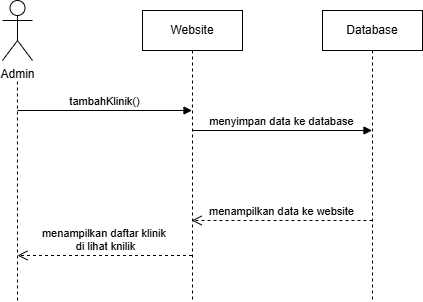
brianfarrelarkana/PetCareClinic keeps this draw.io diagram as Diagram/Sequence Diagram Admin Tambah Klinik.png. Above is the earlier version. Source tidied: cells renumbered, new cells last; positions are measured from the earlier drawing's top-left corner, leaving out a move shared by most shapes. Its diagram source:
```xml
<mxGraphModel>
  <root>
    <mxCell id="0" />
    <mxCell id="1" parent="0" />
    <mxCell id="2" value="Website" style="shape=umlLifeline;perimeter=lifelinePerimeter;whiteSpace=wrap;html=1;outlineConnect=0;portConstraint=eastwest;newEdgeStyle={&quot;curved&quot;:0,&quot;rounded&quot;:0};" parent="1" vertex="1">
      <mxGeometry x="140" y="10" width="100" height="290" as="geometry" />
    </mxCell>
    <mxCell id="3" value="Admin" style="shape=umlActor;verticalLabelPosition=bottom;verticalAlign=top;html=1;" parent="1" vertex="1">
      <mxGeometry width="30" height="60" as="geometry" />
    </mxCell>
    <mxCell id="4" style="endArrow=none;dashed=1;html=1;rounded=0;" parent="1" edge="1">
      <mxGeometry relative="1" as="geometry">
        <mxPoint x="15" y="300" as="sourcePoint" />
        <mxPoint x="14.9" y="80" as="targetPoint" />
      </mxGeometry>
    </mxCell>
    <mxCell id="5" value="Database" style="shape=umlLifeline;perimeter=lifelinePerimeter;whiteSpace=wrap;html=1;outlineConnect=0;portConstraint=eastwest;newEdgeStyle={&quot;curved&quot;:0,&quot;rounded&quot;:0};" parent="1" vertex="1">
      <mxGeometry x="320" y="10" width="100" height="290" as="geometry" />
    </mxCell>
    <mxCell id="6" value="tambahKlinik()" style="html=1;verticalAlign=bottom;endArrow=block;curved=0;rounded=0;" parent="1" edge="1" target="2">
      <mxGeometry relative="1" as="geometry">
        <mxPoint x="15" y="110" as="sourcePoint" />
      </mxGeometry>
    </mxCell>
    <mxCell id="7" value="menyimpan data ke database" style="html=1;verticalAlign=bottom;endArrow=block;curved=0;rounded=0;" parent="1" edge="1" target="5">
      <mxGeometry relative="1" as="geometry">
        <mxPoint x="190" y="130" as="sourcePoint" />
      </mxGeometry>
    </mxCell>
    <mxCell id="8" value="menampilkan data ke website" style="html=1;verticalAlign=bottom;endArrow=open;dashed=1;endSize=8;curved=0;rounded=0;" parent="1" edge="1" target="2">
      <mxGeometry relative="1" as="geometry">
        <mxPoint x="370" y="220" as="sourcePoint" />
      </mxGeometry>
    </mxCell>
    <mxCell id="9" value="menampilkan daftar&amp;nbsp;&lt;span style=&quot;background-color: light-dark(#ffffff, var(--ge-dark-color, #121212)); color: light-dark(rgb(0, 0, 0), rgb(255, 255, 255));&quot;&gt;klinik&amp;nbsp;&lt;/span&gt;&lt;div&gt;&lt;span style=&quot;background-color: light-dark(#ffffff, var(--ge-dark-color, #121212)); color: light-dark(rgb(0, 0, 0), rgb(255, 255, 255));&quot;&gt;di lihat knilik&lt;/span&gt;&lt;/div&gt;" style="html=1;verticalAlign=bottom;endArrow=open;dashed=1;endSize=8;curved=0;rounded=0;" parent="1" edge="1" source="2">
      <mxGeometry relative="1" as="geometry">
        <mxPoint x="15" y="255" as="targetPoint" />
      </mxGeometry>
    </mxCell>
  </root>
</mxGraphModel>
```
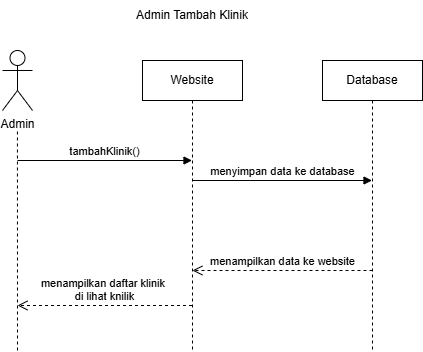
The same diagram one commit later.

Diff of the diagram source:
```diff
@@ -37,5 +37,8 @@
         <mxPoint x="15" y="255" as="targetPoint" />
       </mxGeometry>
     </mxCell>
+    <mxCell id="10" value="Admin Tambah Klinik" style="text;html=1;align=center;verticalAlign=middle;whiteSpace=wrap;rounded=0;" parent="1" vertex="1">
+      <mxGeometry x="125" y="-50" width="130" height="30" as="geometry" />
+    </mxCell>
   </root>
 </mxGraphModel>
```
